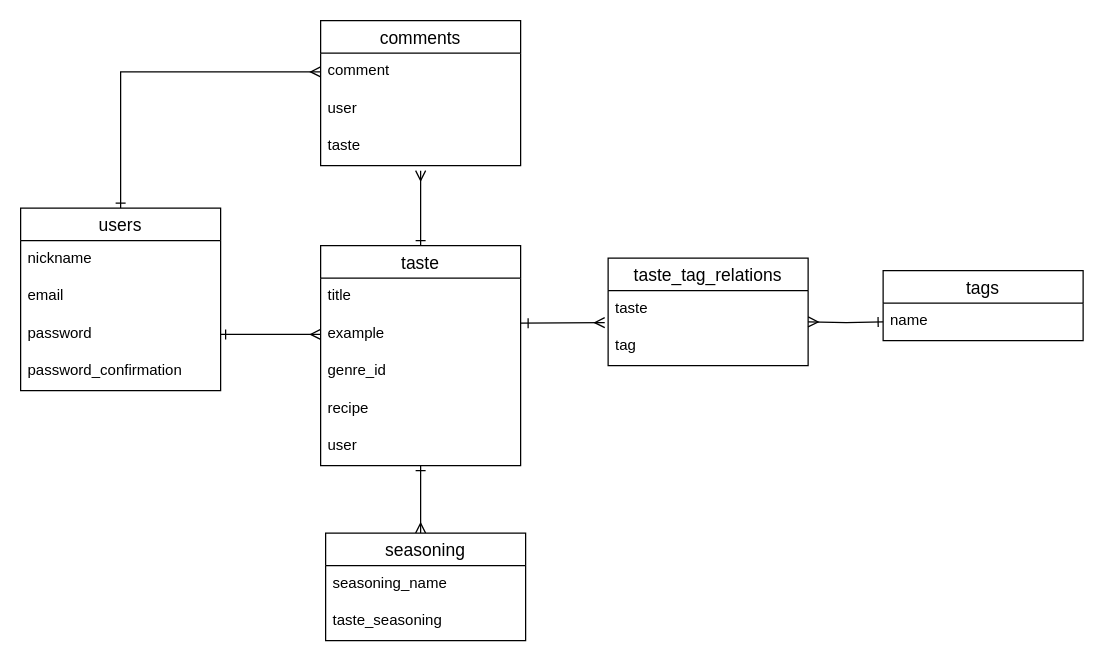
Before: page "ページ1" (1 of 2) of ER.dio in yumi-jpn/seasoning-creater, a draw.io diagram. Source tidied: cells renumbered, new cells numbered last; positions are measured from the earlier drawing's top-left corner, leaving out a move shared by most shapes. Both pictures are drawn from the tidied source at 125%, with x=0, y=0 at pixel (20, 20).
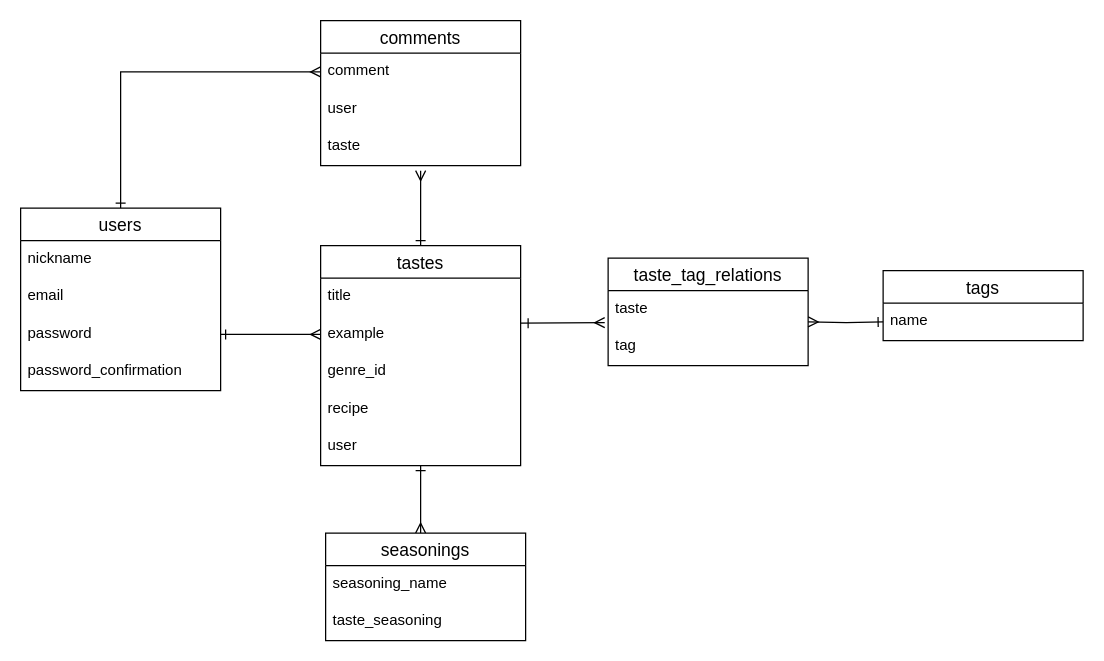
Above is the later version.

Change to the diagram source:
```diff
@@
-    <mxCell id="10" value="taste" style="swimlane;fontStyle=0;horizontal=1;startSize=26;align=center;fontSize=14;" parent="1" vertex="1">
+    <mxCell id="10" value="tastes" style="swimlane;fontStyle=0;horizontal=1;startSize=26;align=center;fontSize=14;" parent="1" vertex="1">
       <mxGeometry x="240" y="180" width="160" height="176" as="geometry" />
     </mxCell>
@@
-    <mxCell id="16" value="seasoning" style="swimlane;fontStyle=0;horizontal=1;startSize=26;align=center;fontSize=14;" parent="1" vertex="1">
+    <mxCell id="16" value="seasonings" style="swimlane;fontStyle=0;horizontal=1;startSize=26;align=center;fontSize=14;" parent="1" vertex="1">
       <mxGeometry x="244" y="410" width="160" height="86" as="geometry" />
     </mxCell>
```
